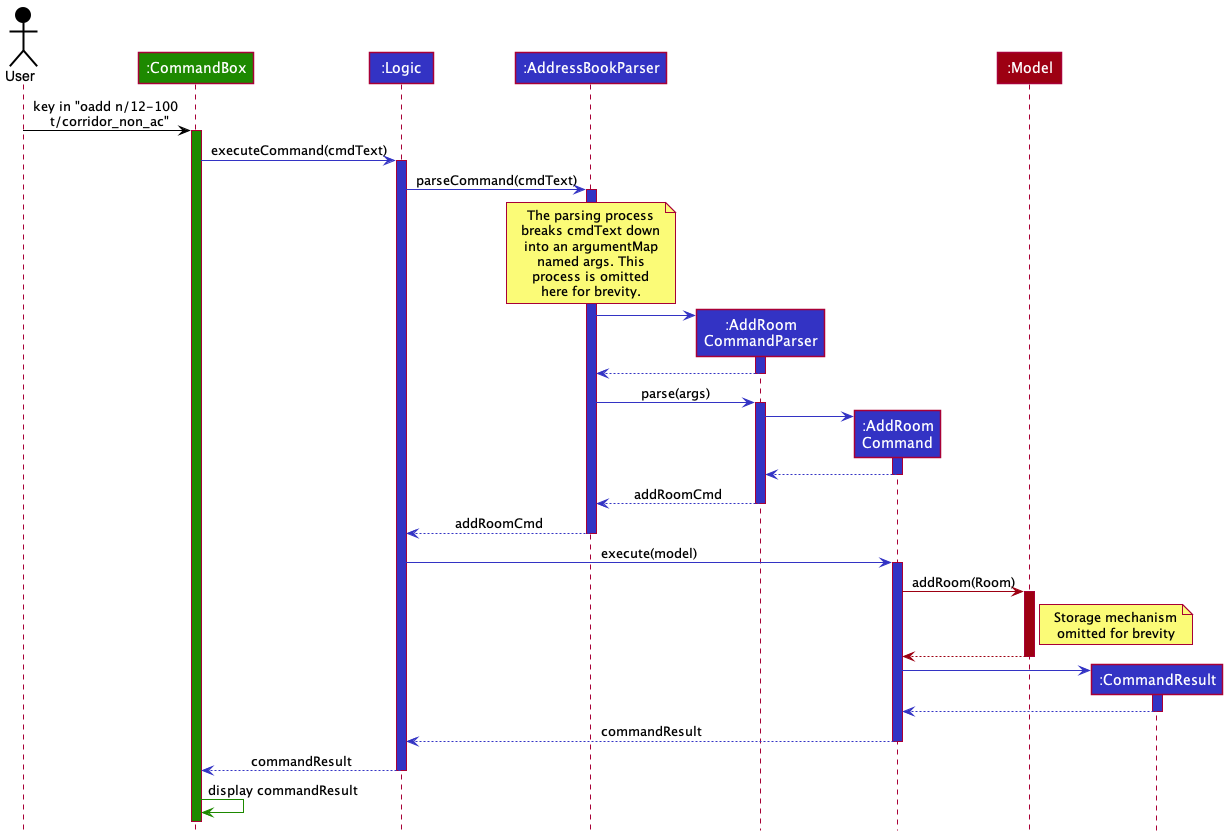
nus-cs2103-AY2021S2/tp keeps this PlantUML diagram as docs/images/room/AddRoomCommandSeqDiagram.png. Above is the earlier version. Source of this version:
```plantuml
@startuml
!include ../style.puml

Actor User as user USER_COLOR
Participant ":CommandBox" as ui UI_COLOR
Participant ":Logic" as logic LOGIC_COLOR
Participant ":AddressBookParser" as abParser LOGIC_COLOR
Participant ":AddRoom\nCommandParser" as arcParser LOGIC_COLOR
Participant ":AddRoom\nCommand" as addRoomCmd LOGIC_COLOR
Participant ":Model" as model MODEL_COLOR
Participant ":CommandResult" as cmdResult LOGIC_COLOR


user -[USER_COLOR]> ui: key in "oadd n/12-100 \n t/corridor_non_ac"
activate ui UI_COLOR

ui -[LOGIC_COLOR]> logic: executeCommand(cmdText)
activate logic LOGIC_COLOR

logic -[LOGIC_COLOR]> abParser: parseCommand(cmdText)
activate abParser LOGIC_COLOR

note over abParser
The parsing process
breaks cmdText down
into an argumentMap
named args. This
process is omitted
here for brevity.
end note

abParser -[LOGIC_COLOR]> arcParser **:
activate arcParser LOGIC_COLOR
return

abParser -[LOGIC_COLOR]> arcParser: parse(args)
activate arcParser LOGIC_COLOR
arcParser -[LOGIC_COLOR]> addRoomCmd**:
activate addRoomCmd LOGIC_COLOR
return

return addRoomCmd

return addRoomCmd

logic -[LOGIC_COLOR]> addRoomCmd: execute(model)
activate addRoomCmd LOGIC_COLOR
addRoomCmd -[MODEL_COLOR]> model: addRoom(Room)
activate model MODEL_COLOR
note right of model
Storage mechanism
omitted for brevity
end note
return

addRoomCmd -[LOGIC_COLOR]> cmdResult**:
activate cmdResult LOGIC_COLOR
return

return commandResult
return commandResult

ui -[UI_COLOR]> ui: display commandResult

@enduml
```
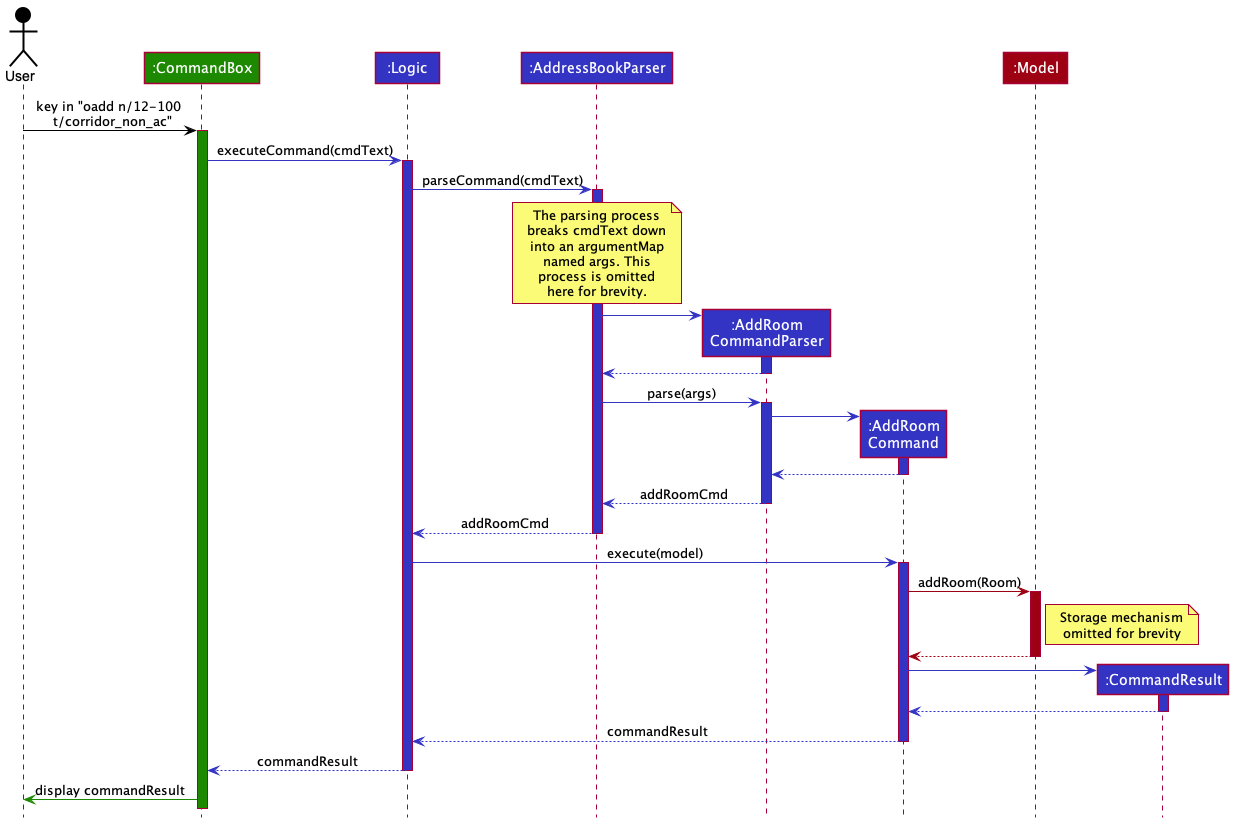
Above is the later version.

Commit message:
docs(room): Fix minor formatting issues for in DG

Change to the diagram source:
```diff
@@ -60,6 +60,6 @@
 return commandResult
 return commandResult
 
-ui -[UI_COLOR]> ui: display commandResult
+ui -[UI_COLOR]> user: display commandResult
 
 @enduml
```
